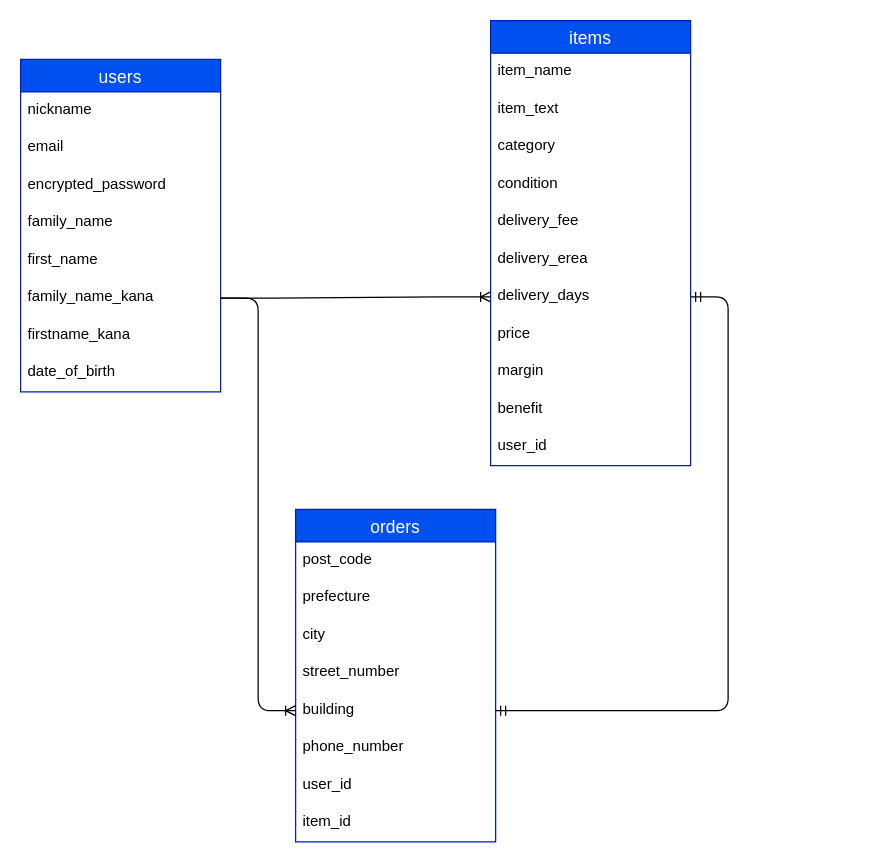
marie1173/furima-38740 keeps this draw.io diagram as page "ページ1" (1 of 2) of app/views/ER.dio. Above is the earlier version. Source tidied: cells renumbered, new cells numbered last; positions are measured from the earlier drawing's top-left corner, leaving out a move shared by most shapes. Both pictures are drawn from the tidied source at 125%, with x=0, y=0 at pixel (20, 20).
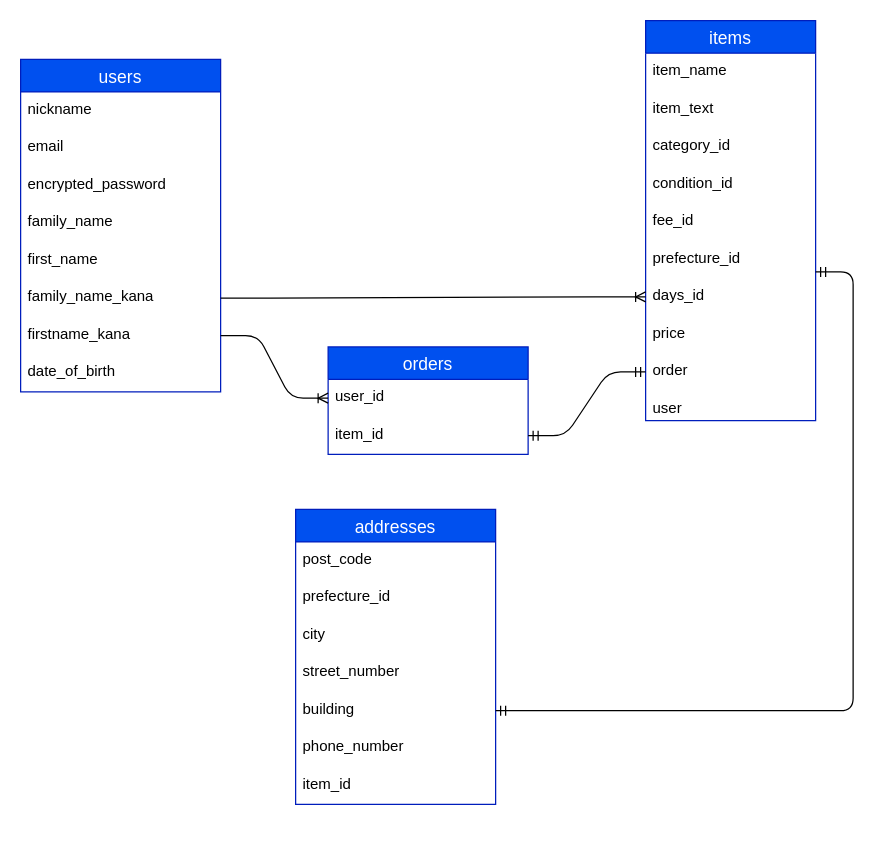
Above is the later version.

The change refers to these unchanged cells:
```xml
<mxCell id="8" value="family_name_kana" style="text;strokeColor=none;fillColor=none;spacingLeft=4;spacingRight=4;overflow=hidden;points=[[0,0.5],[1,0.5]];portConstraint=eastwest;fontSize=12;" parent="2" vertex="1">
  <mxGeometry y="176" width="160" height="30" as="geometry" />
</mxCell>
<mxCell id="9" value="firstname_kana" style="text;strokeColor=none;fillColor=none;spacingLeft=4;spacingRight=4;overflow=hidden;points=[[0,0.5],[1,0.5]];portConstraint=eastwest;fontSize=12;" parent="2" vertex="1">
  <mxGeometry y="206" width="160" height="30" as="geometry" />
</mxCell>
<mxCell id="16" value="building" style="text;strokeColor=none;fillColor=none;spacingLeft=4;spacingRight=4;overflow=hidden;points=[[0,0.5],[1,0.5]];portConstraint=eastwest;fontSize=12;" parent="11" vertex="1">
  <mxGeometry y="146" width="160" height="30" as="geometry" />
</mxCell>
```

The edit, as a diff of the source:
```diff
@@
-    <mxCell id="11" value="orders" style="swimlane;fontStyle=0;horizontal=1;startSize=26;align=center;fontSize=14;fillColor=#0050ef;fontColor=#ffffff;strokeColor=#001DBC;" parent="1" vertex="1">
-      <mxGeometry x="220" y="391" width="160" height="266" as="geometry" />
+    <mxCell id="11" value="addresses" style="swimlane;fontStyle=0;horizontal=1;startSize=26;align=center;fontSize=14;fillColor=#0050ef;fontColor=#ffffff;strokeColor=#001DBC;" parent="1" vertex="1">
+      <mxGeometry x="220" y="391" width="160" height="236" as="geometry" />
     </mxCell>
@@
-    <mxCell id="13" value="prefecture" style="text;strokeColor=none;fillColor=none;spacingLeft=4;spacingRight=4;overflow=hidden;fontSize=12;" parent="11" vertex="1">
+    <mxCell id="13" value="prefecture_id" style="text;strokeColor=none;fillColor=none;spacingLeft=4;spacingRight=4;overflow=hidden;fontSize=12;" parent="11" vertex="1">
       <mxGeometry y="56" width="160" height="30" as="geometry" />
     </mxCell>
@@
-    <mxCell id="18" value="user_id" style="text;strokeColor=none;fillColor=none;spacingLeft=4;spacingRight=4;overflow=hidden;points=[[0,0.5],[1,0.5]];portConstraint=eastwest;fontSize=12;" parent="11" vertex="1">
-      <mxGeometry y="206" width="160" height="30" as="geometry" />
-    </mxCell>
     <mxCell id="19" value="item_id" style="text;strokeColor=none;fillColor=none;spacingLeft=4;spacingRight=4;overflow=hidden;fontSize=12;" parent="11" vertex="1">
-      <mxGeometry y="236" width="160" height="30" as="geometry" />
+      <mxGeometry y="206" width="160" height="30" as="geometry" />
     </mxCell>
     <mxCell id="20" value="items" style="swimlane;fontStyle=0;horizontal=1;startSize=26;align=center;fontSize=14;fillColor=#0050ef;fontColor=#ffffff;strokeColor=#001DBC;" parent="1" vertex="1">
-      <mxGeometry x="376" width="160" height="356" as="geometry" />
+      <mxGeometry x="500" width="136" height="320" as="geometry" />
     </mxCell>
     <mxCell id="21" value="item_name" style="text;strokeColor=none;fillColor=none;spacingLeft=4;spacingRight=4;overflow=hidden;fontSize=12;" parent="20" vertex="1">
-      <mxGeometry y="26" width="160" height="30" as="geometry" />
+      <mxGeometry y="26" width="136" height="30" as="geometry" />
     </mxCell>
     <mxCell id="22" value="item_text" style="text;strokeColor=none;fillColor=none;spacingLeft=4;spacingRight=4;overflow=hidden;fontSize=12;" parent="20" vertex="1">
-      <mxGeometry y="56" width="160" height="30" as="geometry" />
+      <mxGeometry y="56" width="136" height="30" as="geometry" />
     </mxCell>
-    <mxCell id="23" value="category" style="text;strokeColor=none;fillColor=none;spacingLeft=4;spacingRight=4;overflow=hidden;fontSize=12;" parent="20" vertex="1">
-      <mxGeometry y="86" width="160" height="30" as="geometry" />
+    <mxCell id="23" value="category_id" style="text;strokeColor=none;fillColor=none;spacingLeft=4;spacingRight=4;overflow=hidden;fontSize=12;" parent="20" vertex="1">
+      <mxGeometry y="86" width="136" height="30" as="geometry" />
     </mxCell>
-    <mxCell id="24" value="condition" style="text;strokeColor=none;fillColor=none;spacingLeft=4;spacingRight=4;overflow=hidden;fontSize=12;" parent="20" vertex="1">
-      <mxGeometry y="116" width="160" height="30" as="geometry" />
+    <mxCell id="24" value="condition_id" style="text;strokeColor=none;fillColor=none;spacingLeft=4;spacingRight=4;overflow=hidden;fontSize=12;" parent="20" vertex="1">
+      <mxGeometry y="116" width="136" height="30" as="geometry" />
     </mxCell>
-    <mxCell id="25" value="delivery_fee" style="text;strokeColor=none;fillColor=none;spacingLeft=4;spacingRight=4;overflow=hidden;fontSize=12;" parent="20" vertex="1">
-      <mxGeometry y="146" width="160" height="30" as="geometry" />
+    <mxCell id="25" value="fee_id " style="text;strokeColor=none;fillColor=none;spacingLeft=4;spacingRight=4;overflow=hidden;fontSize=12;" parent="20" vertex="1">
+      <mxGeometry y="146" width="136" height="30" as="geometry" />
     </mxCell>
-    <mxCell id="26" value="delivery_erea" style="text;strokeColor=none;fillColor=none;spacingLeft=4;spacingRight=4;overflow=hidden;fontSize=12;" parent="20" vertex="1">
-      <mxGeometry y="176" width="160" height="30" as="geometry" />
+    <mxCell id="26" value="prefecture_id" style="text;strokeColor=none;fillColor=none;spacingLeft=4;spacingRight=4;overflow=hidden;fontSize=12;" parent="20" vertex="1">
+      <mxGeometry y="176" width="136" height="30" as="geometry" />
     </mxCell>
-    <mxCell id="27" value="delivery_days" style="text;strokeColor=none;fillColor=none;spacingLeft=4;spacingRight=4;overflow=hidden;points=[[0,0.5],[1,0.5]];portConstraint=eastwest;fontSize=12;" parent="20" vertex="1">
-      <mxGeometry y="206" width="160" height="30" as="geometry" />
+    <mxCell id="27" value="days_id" style="text;strokeColor=none;fillColor=none;spacingLeft=4;spacingRight=4;overflow=hidden;points=[[0,0.5],[1,0.5]];portConstraint=eastwest;fontSize=12;" parent="20" vertex="1">
+      <mxGeometry y="206" width="136" height="30" as="geometry" />
     </mxCell>
+    <mxCell id="35" value="price" style="text;strokeColor=none;fillColor=none;spacingLeft=4;spacingRight=4;overflow=hidden;fontSize=12;" parent="20" vertex="1">
+      <mxGeometry y="236" width="136" height="30" as="geometry" />
+    </mxCell>
-    <mxCell id="28" value="price" style="text;strokeColor=none;fillColor=none;spacingLeft=4;spacingRight=4;overflow=hidden;points=[[0,0.5],[1,0.5]];portConstraint=eastwest;fontSize=12;" parent="20" vertex="1">
-      <mxGeometry y="236" width="160" height="30" as="geometry" />
+    <mxCell id="28" value="order" style="text;strokeColor=none;fillColor=none;spacingLeft=4;spacingRight=4;overflow=hidden;points=[[0,0.5],[1,0.5]];portConstraint=eastwest;fontSize=12;" parent="20" vertex="1">
+      <mxGeometry y="266" width="136" height="30" as="geometry" />
     </mxCell>
-    <mxCell id="29" value="margin" style="text;strokeColor=none;fillColor=none;spacingLeft=4;spacingRight=4;overflow=hidden;fontSize=12;" parent="20" vertex="1">
-      <mxGeometry y="266" width="160" height="30" as="geometry" />
-    </mxCell>
-    <mxCell id="30" value="benefit" style="text;strokeColor=none;fillColor=none;spacingLeft=4;spacingRight=4;overflow=hidden;fontSize=12;" parent="20" vertex="1">
-      <mxGeometry y="296" width="160" height="30" as="geometry" />
-    </mxCell>
-    <mxCell id="31" value="user_id" style="text;strokeColor=none;fillColor=none;spacingLeft=4;spacingRight=4;overflow=hidden;fontSize=12;" parent="20" vertex="1">
-      <mxGeometry y="326" width="160" height="30" as="geometry" />
+    <mxCell id="31" value="user" style="text;strokeColor=none;fillColor=none;spacingLeft=4;spacingRight=4;overflow=hidden;fontSize=12;" parent="20" vertex="1">
+      <mxGeometry y="296" width="136" height="24" as="geometry" />
     </mxCell>
@@
-    <mxCell id="33" style="edgeStyle=entityRelationEdgeStyle;fontSize=12;html=1;endArrow=ERoneToMany;entryX=0;entryY=0.5;entryDx=0;entryDy=0;" parent="1" edge="1" source="8" target="16">
-      <mxGeometry relative="1" as="geometry" />
-    </mxCell>
-    <mxCell id="34" style="edgeStyle=entityRelationEdgeStyle;fontSize=12;html=1;endArrow=ERmandOne;startArrow=ERmandOne;exitX=1;exitY=0.5;exitDx=0;exitDy=0;" parent="1" edge="1" source="16" target="27">
-      <mxGeometry relative="1" as="geometry" />
+    <mxCell id="34" style="edgeStyle=entityRelationEdgeStyle;fontSize=12;html=1;endArrow=ERmandOne;startArrow=ERmandOne;entryX=1;entryY=0.5;entryDx=0;entryDy=0;" parent="1" edge="1" target="16">
+      <mxGeometry relative="1" as="geometry">
+        <mxPoint x="636" y="201" as="sourcePoint" />
+      </mxGeometry>
     </mxCell>
+    <mxCell id="36" value="orders" style="swimlane;fontStyle=0;horizontal=1;startSize=26;align=center;fontSize=14;fillColor=#0050ef;fontColor=#ffffff;strokeColor=#001DBC;" parent="1" vertex="1">
+      <mxGeometry x="246" y="261" width="160" height="86" as="geometry" />
+    </mxCell>
+    <mxCell id="18" value="user_id" style="text;strokeColor=none;fillColor=none;spacingLeft=4;spacingRight=4;overflow=hidden;points=[[0,0.5],[1,0.5]];portConstraint=eastwest;fontSize=12;" parent="36" vertex="1">
+      <mxGeometry y="26" width="160" height="30" as="geometry" />
+    </mxCell>
+    <mxCell id="37" value="item_id" style="text;strokeColor=none;fillColor=none;spacingLeft=4;spacingRight=4;overflow=hidden;points=[[0,0.5],[1,0.5]];portConstraint=eastwest;fontSize=12;" parent="36" vertex="1">
+      <mxGeometry y="56" width="160" height="30" as="geometry" />
+    </mxCell>
+    <mxCell id="38" style="edgeStyle=entityRelationEdgeStyle;fontSize=12;html=1;endArrow=ERoneToMany;exitX=1;exitY=0.5;exitDx=0;exitDy=0;" parent="1" edge="1" source="9" target="18">
+      <mxGeometry relative="1" as="geometry" />
+    </mxCell>
+    <mxCell id="39" style="edgeStyle=entityRelationEdgeStyle;fontSize=12;html=1;endArrow=ERmandOne;startArrow=ERmandOne;exitX=1;exitY=0.5;exitDx=0;exitDy=0;entryX=0;entryY=0.5;entryDx=0;entryDy=0;" parent="1" edge="1" source="37" target="28">
+      <mxGeometry relative="1" as="geometry" />
+    </mxCell>
```
